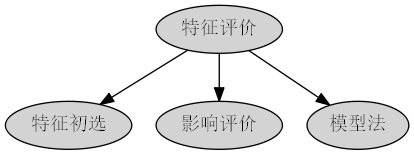
The Graphviz diagram machinelearning/graphviz/dataFile/feature.dot.png in kshsky/PycharmProjects, before a commit. Its source is kept beside it as machinelearning/graphviz/dataFile/feature.dot. Source of this version:
```dot
digraph featureEvaluation {
	node [fontname=SimSun shape=ellipse style=filled]
	a [label="特征评价"]
	b [label="特征初选"]
	c [label="影响评价"]
	d [label="模型法"]
	a -> b
	a -> c
	a -> d
}
```
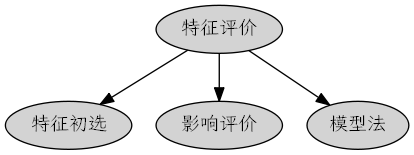
Later version of the same file.

Diff of the diagram source:
```diff
@@ -1,5 +1,5 @@
 digraph featureEvaluation {
-	node [fontname=SimSun shape=ellipse style=filled]
+	node [fontname="LXGW WenKai" shape=ellipse style=filled]
 	a [label="特征评价"]
 	b [label="特征初选"]
 	c [label="影响评价"]
```
